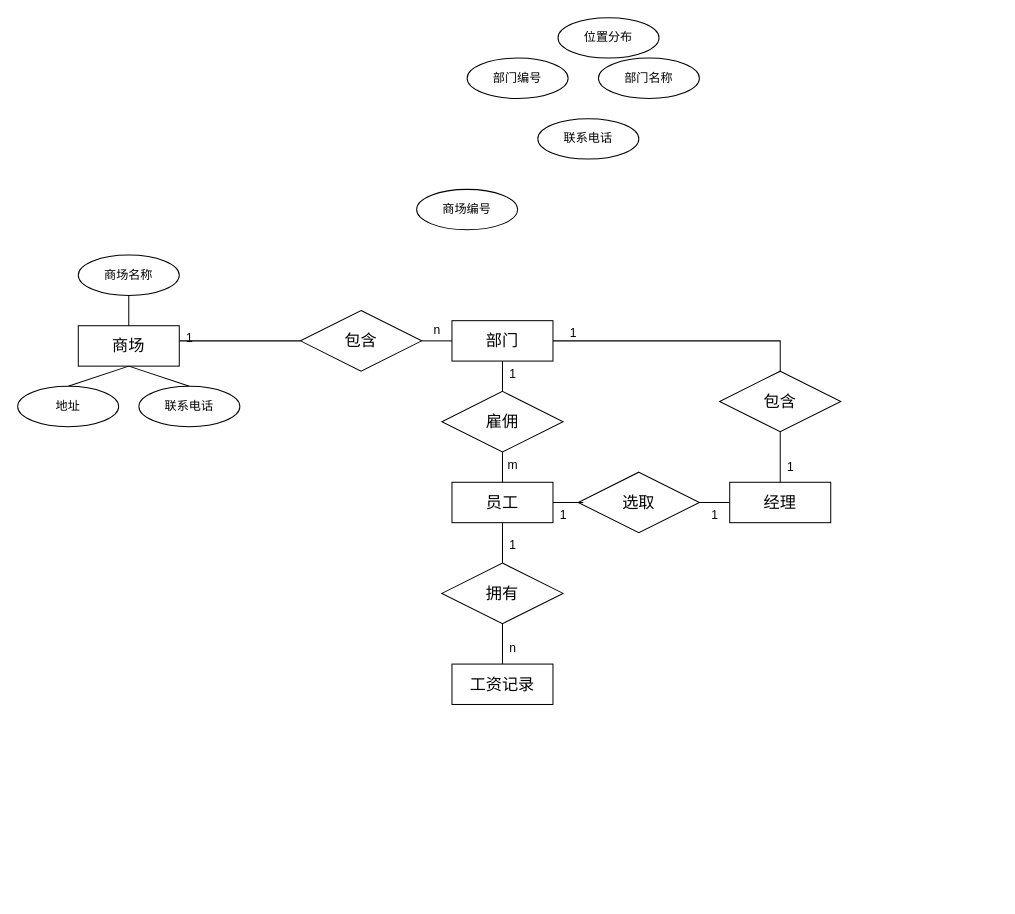
The draw.io diagram shopping_E-R.drawio in ArronVague/Database-Systems-Laboratory, before the edit. Source tidied: cells renumbered, new cells numbered last; positions are measured from the earlier drawing's top-left corner, leaving out a move shared by most shapes. Both pictures are drawn from the tidied source at 101%, with x=0, y=0 at pixel (17, 17).
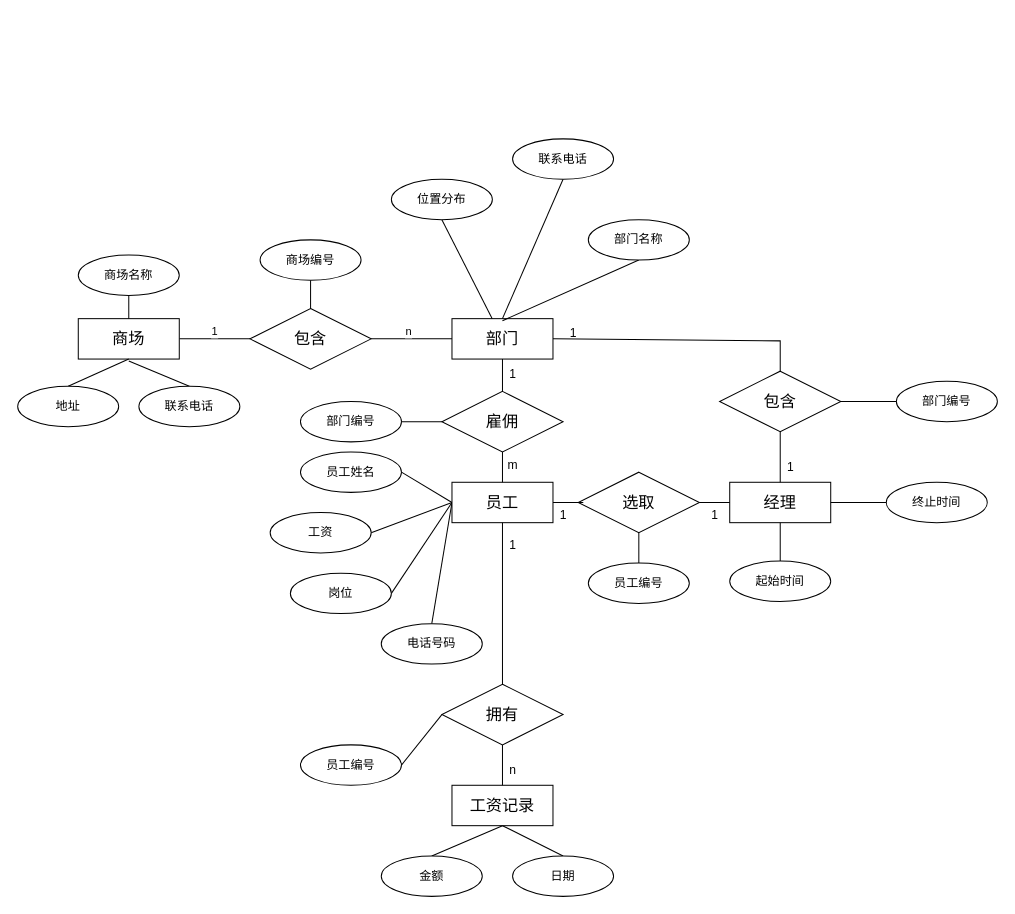
The same page after the edit.

Unchanged cells that the change refers to:
```xml
<mxCell id="4" value="经理" style="whiteSpace=wrap;html=1;align=center;fontSize=16;" parent="1" vertex="1">
  <mxGeometry x="705" y="460" width="100" height="40" as="geometry" />
</mxCell>
<mxCell id="5" value="员工" style="whiteSpace=wrap;html=1;align=center;fontSize=16;" parent="1" vertex="1">
  <mxGeometry x="430" y="460" width="100" height="40" as="geometry" />
</mxCell>
<mxCell id="8" value="选取" style="shape=rhombus;perimeter=rhombusPerimeter;whiteSpace=wrap;html=1;align=center;fontSize=16;" parent="1" vertex="1">
  <mxGeometry x="555" y="450" width="120" height="60" as="geometry" />
</mxCell>
<mxCell id="9" value="雇佣" style="shape=rhombus;perimeter=rhombusPerimeter;whiteSpace=wrap;html=1;align=center;fontSize=16;" parent="1" vertex="1">
  <mxGeometry x="420" y="370" width="120" height="60" as="geometry" />
</mxCell>
<mxCell id="10" value="包含" style="shape=rhombus;perimeter=rhombusPerimeter;whiteSpace=wrap;html=1;align=center;fontSize=16;" parent="1" vertex="1">
  <mxGeometry x="695" y="350" width="120" height="60" as="geometry" />
</mxCell>
<mxCell id="38" value="联系电话" style="ellipse;whiteSpace=wrap;html=1;align=center;" parent="1" vertex="1">
  <mxGeometry x="120" y="365" width="100" height="40" as="geometry" />
</mxCell>
```

Change to the diagram source:
```diff
@@
+    <mxCell id="43" style="rounded=0;jettySize=auto;html=1;exitX=1;exitY=0.5;exitDx=0;exitDy=0;entryX=0;entryY=0.5;entryDx=0;entryDy=0;endArrow=none;endFill=0;" parent="1" edge="1" source="2" target="7">
+      <mxGeometry relative="1" as="geometry" />
+    </mxCell>
+    <mxCell id="22" value="1" style="edgeLabel;html=1;align=center;verticalAlign=middle;" parent="43" vertex="1">
+      <mxGeometry x="-0.4" relative="1" as="geometry">
+        <mxPoint x="13" y="-8" as="offset" />
+      </mxGeometry>
+    </mxCell>
     <mxCell id="2" value="商场" style="whiteSpace=wrap;html=1;align=center;fontSize=16;" parent="1" vertex="1">
-      <mxGeometry x="60" y="305" width="100" height="40" as="geometry" />
+      <mxGeometry x="60" y="298" width="100" height="40" as="geometry" />
     </mxCell>
     <mxCell id="3" value="部门" style="whiteSpace=wrap;html=1;align=center;fontSize=16;" parent="1" vertex="1">
-      <mxGeometry x="430" y="300" width="100" height="40" as="geometry" />
+      <mxGeometry x="430" y="298" width="100" height="40" as="geometry" />
     </mxCell>
@@
+    <mxCell id="44" style="rounded=0;jettySize=auto;html=1;exitX=0;exitY=0.5;exitDx=0;exitDy=0;entryX=1;entryY=0.5;entryDx=0;entryDy=0;endArrow=none;endFill=0;" parent="1" edge="1" source="5" target="60">
+      <mxGeometry relative="1" as="geometry" />
+    </mxCell>
+    <mxCell id="45" style="rounded=0;jettySize=auto;html=1;exitX=0;exitY=0.5;exitDx=0;exitDy=0;entryX=1;entryY=0.5;entryDx=0;entryDy=0;endArrow=none;endFill=0;" parent="1" edge="1" source="5" target="63">
+      <mxGeometry relative="1" as="geometry" />
+    </mxCell>
+    <mxCell id="46" style="rounded=0;jettySize=auto;html=1;exitX=0;exitY=0.5;exitDx=0;exitDy=0;entryX=1;entryY=0.5;entryDx=0;entryDy=0;endArrow=none;endFill=0;" parent="1" edge="1" source="5" target="61">
+      <mxGeometry relative="1" as="geometry" />
+    </mxCell>
+    <mxCell id="47" style="rounded=0;jettySize=auto;html=1;exitX=0;exitY=0.5;exitDx=0;exitDy=0;entryX=0.5;entryY=0;entryDx=0;entryDy=0;endArrow=none;endFill=0;" parent="1" edge="1" source="5" target="62">
+      <mxGeometry relative="1" as="geometry" />
+    </mxCell>
@@
     <mxCell id="6" value="工资记录" style="whiteSpace=wrap;html=1;align=center;fontSize=16;" parent="1" vertex="1">
-      <mxGeometry x="430" y="640" width="100" height="40" as="geometry" />
+      <mxGeometry x="430" y="760" width="100" height="40" as="geometry" />
     </mxCell>
+    <mxCell id="48" style="rounded=0;jettySize=auto;html=1;exitX=1;exitY=0.5;exitDx=0;exitDy=0;entryX=0;entryY=0.5;entryDx=0;entryDy=0;endArrow=none;endFill=0;" parent="1" edge="1" source="7" target="3">
+      <mxGeometry relative="1" as="geometry" />
+    </mxCell>
+    <mxCell id="23" value="n" style="edgeLabel;html=1;align=center;verticalAlign=middle;" parent="48" vertex="1">
+      <mxGeometry x="-0.09" y="-2" relative="1" as="geometry">
+        <mxPoint y="-10" as="offset" />
+      </mxGeometry>
+    </mxCell>
     <mxCell id="7" value="包含" style="shape=rhombus;perimeter=rhombusPerimeter;whiteSpace=wrap;html=1;align=center;fontSize=16;" parent="1" vertex="1">
-      <mxGeometry x="280" y="290" width="120" height="60" as="geometry" />
+      <mxGeometry x="230" y="288" width="120" height="60" as="geometry" />
     </mxCell>
+    <mxCell id="49" style="rounded=0;jettySize=auto;html=1;exitX=0.5;exitY=1;exitDx=0;exitDy=0;entryX=0.5;entryY=0;entryDx=0;entryDy=0;endArrow=none;endFill=0;" parent="1" edge="1" source="8" target="68">
+      <mxGeometry relative="1" as="geometry" />
+    </mxCell>
@@
     <mxCell id="11" value="拥有" style="shape=rhombus;perimeter=rhombusPerimeter;whiteSpace=wrap;html=1;align=center;fontSize=16;" parent="1" vertex="1">
-      <mxGeometry x="420" y="540" width="120" height="60" as="geometry" />
+      <mxGeometry x="420" y="660" width="120" height="60" as="geometry" />
     </mxCell>
-    <mxCell id="12" style="line;strokeWidth=1;dashed=0;labelPosition=right;align=left;verticalAlign=middle;spacingTop=0;spacingLeft=6;fontSize=16;" parent="1" vertex="1">
-      <mxGeometry x="160" y="315" width="120" height="10" as="geometry" />
-    </mxCell>
-    <mxCell id="13" style="line;strokeWidth=1;dashed=0;labelPosition=right;align=left;verticalAlign=middle;spacingTop=0;spacingLeft=6;fontSize=16;" parent="1" vertex="1">
-      <mxGeometry x="400" y="315" width="30" height="10" as="geometry" />
-    </mxCell>
@@
-    <mxCell id="22" value="1" style="text;html=1;align=center;verticalAlign=middle;strokeColor=none;fillColor=none;" parent="1" vertex="1">
-      <mxGeometry x="155" y="303" width="30" height="30" as="geometry" />
-    </mxCell>
-    <mxCell id="23" value="n" style="text;html=1;align=center;verticalAlign=middle;strokeColor=none;fillColor=none;" parent="1" vertex="1">
-      <mxGeometry x="400" y="295" width="30" height="30" as="geometry" />
-    </mxCell>
@@
     <mxCell id="29" value="n" style="text;html=1;align=center;verticalAlign=middle;strokeColor=none;fillColor=none;" parent="1" vertex="1">
-      <mxGeometry x="475" y="610" width="30" height="30" as="geometry" />
+      <mxGeometry x="475" y="730" width="30" height="30" as="geometry" />
     </mxCell>
@@
+    <mxCell id="50" style="rounded=0;jettySize=auto;html=1;exitX=0.5;exitY=1;exitDx=0;exitDy=0;entryX=0.5;entryY=0;entryDx=0;entryDy=0;endArrow=none;endFill=0;" parent="1" edge="1" source="32" target="7">
+      <mxGeometry relative="1" as="geometry" />
+    </mxCell>
     <mxCell id="32" value="商场编号" style="ellipse;whiteSpace=wrap;html=1;align=center;" parent="1" vertex="1">
-      <mxGeometry x="395" y="170" width="100" height="40" as="geometry" />
+      <mxGeometry x="240" y="220" width="100" height="40" as="geometry" />
     </mxCell>
@@
-    <mxCell id="37" style="rounded=0;jettySize=auto;html=1;exitX=0.5;exitY=0;exitDx=0;exitDy=0;endArrow=none;endFill=0;" parent="1" edge="1" source="38">
-      <mxGeometry relative="1" as="geometry">
-        <mxPoint x="110" y="345" as="targetPoint" />
-      </mxGeometry>
-    </mxCell>
+    <mxCell id="51" style="rounded=0;jettySize=auto;html=1;exitX=0.5;exitY=0;exitDx=0;exitDy=0;endArrow=none;endFill=0;" parent="1" edge="1" source="38">
+      <mxGeometry relative="1" as="geometry">
+        <mxPoint x="110" y="340" as="targetPoint" />
+      </mxGeometry>
+    </mxCell>
@@
+    <mxCell id="52" style="rounded=0;jettySize=auto;html=1;exitX=1;exitY=0.5;exitDx=0;exitDy=0;entryX=0;entryY=0.5;entryDx=0;entryDy=0;endArrow=none;endFill=0;" parent="1" edge="1" source="39" target="9">
+      <mxGeometry relative="1" as="geometry" />
+    </mxCell>
     <mxCell id="39" value="部门编号" style="ellipse;whiteSpace=wrap;html=1;align=center;" parent="1" vertex="1">
-      <mxGeometry x="445" y="40" width="100" height="40" as="geometry" />
+      <mxGeometry x="280" y="380" width="100" height="40" as="geometry" />
     </mxCell>
+    <mxCell id="53" style="rounded=0;jettySize=auto;html=1;exitX=0.5;exitY=1;exitDx=0;exitDy=0;endArrow=none;endFill=0;" parent="1" edge="1" source="40">
+      <mxGeometry relative="1" as="geometry">
+        <mxPoint x="480" y="300" as="targetPoint" />
+      </mxGeometry>
+    </mxCell>
     <mxCell id="40" value="部门名称" style="ellipse;whiteSpace=wrap;html=1;align=center;" parent="1" vertex="1">
-      <mxGeometry x="575" y="40" width="100" height="40" as="geometry" />
+      <mxGeometry x="565" y="200" width="100" height="40" as="geometry" />
     </mxCell>
+    <mxCell id="54" style="rounded=0;jettySize=auto;html=1;exitX=0.5;exitY=1;exitDx=0;exitDy=0;endArrow=none;endFill=0;" parent="1" edge="1" source="41" target="3">
+      <mxGeometry relative="1" as="geometry" />
+    </mxCell>
     <mxCell id="41" value="位置分布" style="ellipse;whiteSpace=wrap;html=1;align=center;" parent="1" vertex="1">
-      <mxGeometry x="535" width="100" height="40" as="geometry" />
+      <mxGeometry x="370" y="160" width="100" height="40" as="geometry" />
     </mxCell>
+    <mxCell id="55" style="rounded=0;jettySize=auto;html=1;exitX=0.5;exitY=1;exitDx=0;exitDy=0;entryX=0.5;entryY=0;entryDx=0;entryDy=0;endArrow=none;endFill=0;" parent="1" edge="1" source="42" target="3">
+      <mxGeometry relative="1" as="geometry" />
+    </mxCell>
     <mxCell id="42" value="联系电话" style="ellipse;whiteSpace=wrap;html=1;align=center;" parent="1" vertex="1">
-      <mxGeometry x="515" y="100" width="100" height="40" as="geometry" />
+      <mxGeometry x="490" y="120" width="100" height="40" as="geometry" />
     </mxCell>
+    <mxCell id="56" style="rounded=0;jettySize=auto;html=1;exitX=0;exitY=0.5;exitDx=0;exitDy=0;entryX=1;entryY=0.5;entryDx=0;entryDy=0;endArrow=none;endFill=0;" parent="1" edge="1" source="57" target="10">
+      <mxGeometry relative="1" as="geometry" />
+    </mxCell>
+    <mxCell id="57" value="部门编号" style="ellipse;whiteSpace=wrap;html=1;align=center;" parent="1" vertex="1">
+      <mxGeometry x="870" y="360" width="100" height="40" as="geometry" />
+    </mxCell>
+    <mxCell id="58" style="rounded=0;jettySize=auto;html=1;exitX=1;exitY=0.5;exitDx=0;exitDy=0;entryX=0;entryY=0.5;entryDx=0;entryDy=0;endArrow=none;endFill=0;" parent="1" edge="1" source="59" target="11">
+      <mxGeometry relative="1" as="geometry" />
+    </mxCell>
+    <mxCell id="59" value="员工编号" style="ellipse;whiteSpace=wrap;html=1;align=center;" parent="1" vertex="1">
+      <mxGeometry x="280" y="720" width="100" height="40" as="geometry" />
+    </mxCell>
+    <mxCell id="60" value="员工姓名" style="ellipse;whiteSpace=wrap;html=1;align=center;" parent="1" vertex="1">
+      <mxGeometry x="280" y="430" width="100" height="40" as="geometry" />
+    </mxCell>
+    <mxCell id="61" value="岗位" style="ellipse;whiteSpace=wrap;html=1;align=center;" parent="1" vertex="1">
+      <mxGeometry x="270" y="550" width="100" height="40" as="geometry" />
+    </mxCell>
+    <mxCell id="62" value="电话号码" style="ellipse;whiteSpace=wrap;html=1;align=center;" parent="1" vertex="1">
+      <mxGeometry x="360" y="600" width="100" height="40" as="geometry" />
+    </mxCell>
+    <mxCell id="63" value="工资" style="ellipse;whiteSpace=wrap;html=1;align=center;" parent="1" vertex="1">
+      <mxGeometry x="250" y="490" width="100" height="40" as="geometry" />
+    </mxCell>
+    <mxCell id="64" style="rounded=0;jettySize=auto;html=1;exitX=0.5;exitY=0;exitDx=0;exitDy=0;entryX=0.5;entryY=1;entryDx=0;entryDy=0;endArrow=none;endFill=0;" parent="1" edge="1" source="65" target="6">
+      <mxGeometry relative="1" as="geometry" />
+    </mxCell>
+    <mxCell id="65" value="金额" style="ellipse;whiteSpace=wrap;html=1;align=center;" parent="1" vertex="1">
+      <mxGeometry x="360" y="830" width="100" height="40" as="geometry" />
+    </mxCell>
+    <mxCell id="66" style="rounded=0;jettySize=auto;html=1;exitX=0.5;exitY=0;exitDx=0;exitDy=0;entryX=0.5;entryY=1;entryDx=0;entryDy=0;endArrow=none;endFill=0;" parent="1" edge="1" source="67" target="6">
+      <mxGeometry relative="1" as="geometry" />
+    </mxCell>
+    <mxCell id="67" value="日期" style="ellipse;whiteSpace=wrap;html=1;align=center;" parent="1" vertex="1">
+      <mxGeometry x="490" y="830" width="100" height="40" as="geometry" />
+    </mxCell>
+    <mxCell id="68" value="员工编号" style="ellipse;whiteSpace=wrap;html=1;align=center;" parent="1" vertex="1">
+      <mxGeometry x="565" y="540" width="100" height="40" as="geometry" />
+    </mxCell>
+    <mxCell id="69" style="rounded=0;jettySize=auto;html=1;exitX=0.5;exitY=0;exitDx=0;exitDy=0;entryX=0.5;entryY=1;entryDx=0;entryDy=0;endArrow=none;endFill=0;" parent="1" edge="1" source="70" target="4">
+      <mxGeometry relative="1" as="geometry" />
+    </mxCell>
+    <mxCell id="70" value="起始时间" style="ellipse;whiteSpace=wrap;html=1;align=center;" parent="1" vertex="1">
+      <mxGeometry x="705" y="538" width="100" height="40" as="geometry" />
+    </mxCell>
+    <mxCell id="71" style="rounded=0;jettySize=auto;html=1;exitX=0;exitY=0.5;exitDx=0;exitDy=0;entryX=1;entryY=0.5;entryDx=0;entryDy=0;endArrow=none;endFill=0;" parent="1" edge="1" source="72" target="4">
+      <mxGeometry relative="1" as="geometry" />
+    </mxCell>
+    <mxCell id="72" value="终止时间" style="ellipse;whiteSpace=wrap;html=1;align=center;" parent="1" vertex="1">
+      <mxGeometry x="860" y="460" width="100" height="40" as="geometry" />
+    </mxCell>
```
